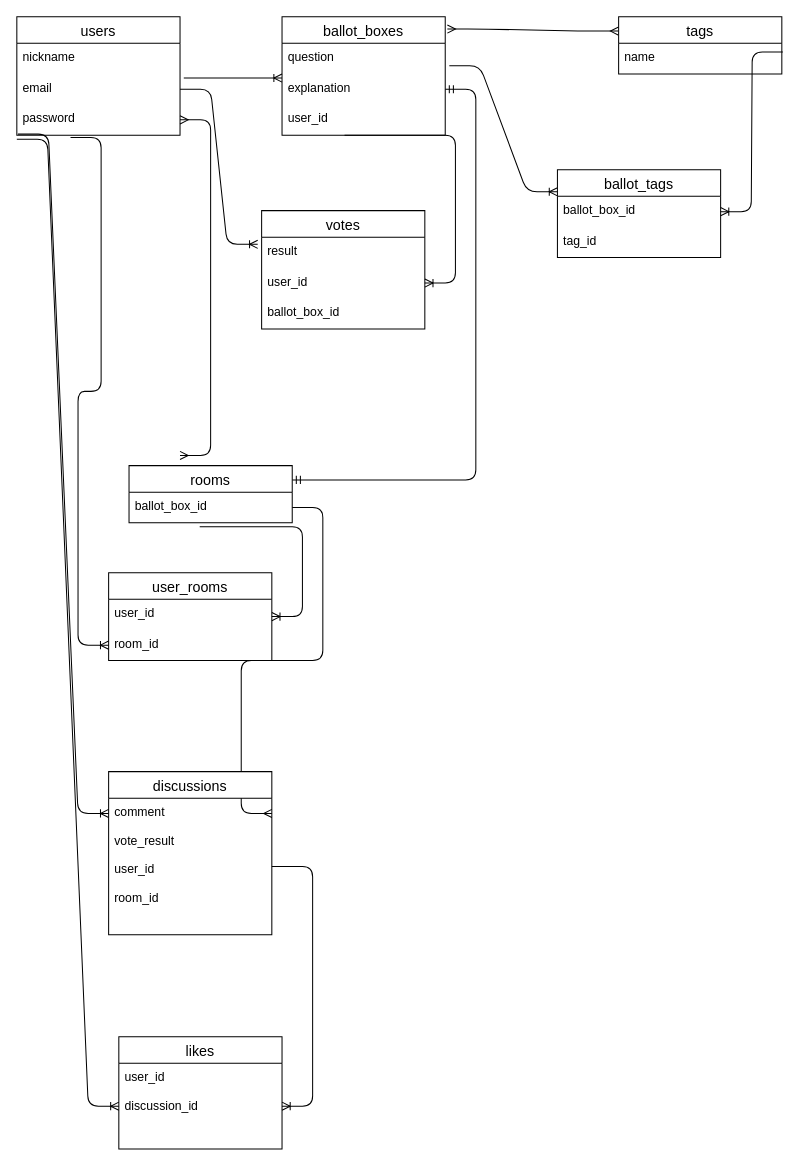
wwwyo/proscons keeps this draw.io diagram as ER.dio. Above is the earlier version. Source tidied: cells renumbered, new cells numbered last; positions are measured from the earlier drawing's top-left corner, leaving out a move shared by most shapes. Both pictures are drawn from the tidied source at 102%, with x=0, y=0 at pixel (16, 16).
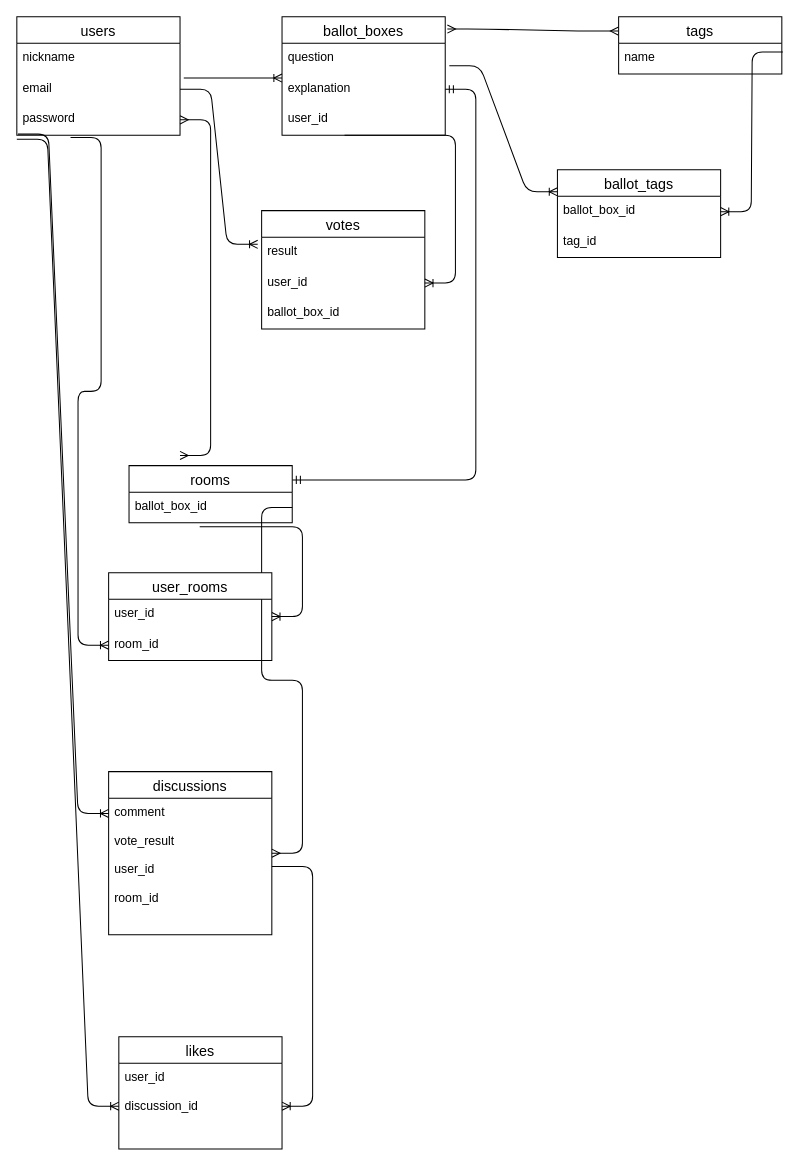
The same page after the edit.

The change refers to these unchanged cells:
```xml
<mxCell id="27" value="ballot_box_id" style="text;strokeColor=none;fillColor=none;spacingLeft=4;spacingRight=4;overflow=hidden;points=[[0,0.5],[1,0.5]];portConstraint=eastwest;fontSize=12;" parent="26" vertex="1">
  <mxGeometry y="26" width="160" height="30" as="geometry" />
</mxCell>
<mxCell id="38" value="discussions" style="swimlane;fontStyle=0;horizontal=1;startSize=26;align=center;fontSize=14;" parent="1" vertex="1">
  <mxGeometry x="90" y="740" width="160" height="160" as="geometry" />
</mxCell>
```

Change to the diagram source:
```diff
@@
-    <mxCell id="22" style="edgeStyle=entityRelationEdgeStyle;fontSize=12;html=1;endArrow=ERmany;exitX=1;exitY=0.5;exitDx=0;exitDy=0;" parent="1" edge="1" source="27">
-      <mxGeometry relative="1" as="geometry">
-        <mxPoint x="250" y="781" as="targetPoint" />
-      </mxGeometry>
+    <mxCell id="22" style="edgeStyle=entityRelationEdgeStyle;fontSize=12;html=1;endArrow=ERmany;exitX=1;exitY=0.5;exitDx=0;exitDy=0;" parent="1" edge="1" source="27" target="38">
+      <mxGeometry relative="1" as="geometry" />
     </mxCell>
```
